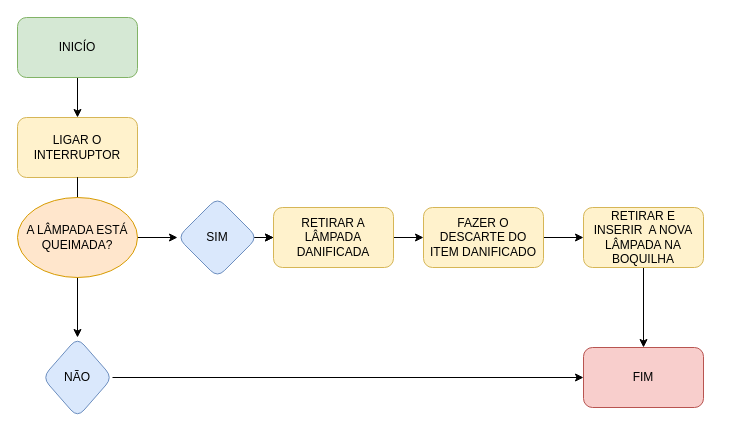
Before: Diagrama aula 01 - EBAC - Troca de Lâmpada.drawio in SheldsonSena/Iniciante, a draw.io diagram. Source tidied: cells renumbered, new cells numbered last; positions are measured from the earlier drawing's top-left corner, leaving out a move shared by most shapes. Both pictures are drawn from the tidied source at 100%, with x=0, y=0 at pixel (17, 17).
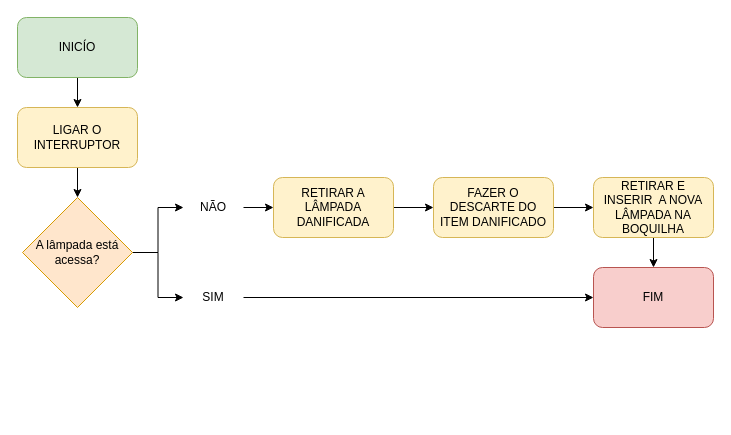
The same diagram, later.

The edit, as a diff of the source:
```diff
@@
-    <mxCell id="4" style="edgeStyle=orthogonalEdgeStyle;rounded=0;jettySize=auto;html=1;startArrow=none;" parent="1" edge="1" source="20" target="8">
-      <mxGeometry relative="1" as="geometry">
-        <Array as="points">
-          <mxPoint x="60" y="280" />
-          <mxPoint x="60" y="280" />
-        </Array>
-      </mxGeometry>
-    </mxCell>
+    <mxCell id="21" style="edgeStyle=orthogonalEdgeStyle;rounded=0;jettySize=auto;html=1;" parent="1" edge="1" source="5" target="24">
+      <mxGeometry relative="1" as="geometry" />
+    </mxCell>
     <mxCell id="5" value="LIGAR O INTERRUPTOR" style="whiteSpace=wrap;html=1;rounded=1;fillColor=#fff2cc;strokeColor=#d6b656;" parent="1" vertex="1">
-      <mxGeometry y="100" width="120" height="60" as="geometry" />
+      <mxGeometry y="90" width="120" height="60" as="geometry" />
     </mxCell>
-    <mxCell id="6" style="edgeStyle=orthogonalEdgeStyle;rounded=0;jettySize=auto;html=1;" parent="1" edge="1" source="8" target="12">
-      <mxGeometry relative="1" as="geometry" />
-    </mxCell>
-    <mxCell id="7" style="edgeStyle=orthogonalEdgeStyle;rounded=0;jettySize=auto;html=1;" parent="1" edge="1" source="8" target="12">
-      <mxGeometry relative="1" as="geometry" />
-    </mxCell>
-    <mxCell id="8" value="SIM" style="rhombus;whiteSpace=wrap;html=1;fillColor=#dae8fc;strokeColor=#6c8ebf;rounded=1;" parent="1" vertex="1">
-      <mxGeometry x="160" y="180" width="80" height="80" as="geometry" />
-    </mxCell>
-    <mxCell id="9" style="edgeStyle=orthogonalEdgeStyle;rounded=0;jettySize=auto;html=1;" parent="1" edge="1" source="10" target="13">
-      <mxGeometry relative="1" as="geometry" />
-    </mxCell>
-    <mxCell id="10" value="NÃO" style="rhombus;whiteSpace=wrap;html=1;fillColor=#dae8fc;strokeColor=#6c8ebf;rounded=1;" parent="1" vertex="1">
-      <mxGeometry x="25" y="320" width="70" height="80" as="geometry" />
-    </mxCell>
@@
     <mxCell id="12" value="RETIRAR A LÂMPADA DANIFICADA" style="whiteSpace=wrap;html=1;fillColor=#fff2cc;strokeColor=#d6b656;rounded=1;" parent="1" vertex="1">
-      <mxGeometry x="256" y="190" width="120" height="60" as="geometry" />
+      <mxGeometry x="256" y="160" width="120" height="60" as="geometry" />
     </mxCell>
     <mxCell id="13" value="FIM" style="whiteSpace=wrap;html=1;fillColor=#f8cecc;strokeColor=#b85450;rounded=1;" parent="1" vertex="1">
-      <mxGeometry x="566" y="330" width="120" height="60" as="geometry" />
+      <mxGeometry x="576" y="250" width="120" height="60" as="geometry" />
     </mxCell>
@@
     <mxCell id="15" value="FAZER O DESCARTE DO ITEM DANIFICADO" style="whiteSpace=wrap;html=1;fillColor=#fff2cc;strokeColor=#d6b656;rounded=1;" parent="1" vertex="1">
-      <mxGeometry x="406" y="190" width="120" height="60" as="geometry" />
+      <mxGeometry x="416" y="160" width="120" height="60" as="geometry" />
     </mxCell>
@@
     <mxCell id="17" value="RETIRAR E INSERIR&amp;nbsp; A NOVA LÂMPADA NA BOQUILHA" style="whiteSpace=wrap;html=1;fillColor=#fff2cc;strokeColor=#d6b656;rounded=1;" parent="1" vertex="1">
-      <mxGeometry x="566" y="190" width="120" height="60" as="geometry" />
+      <mxGeometry x="576" y="160" width="120" height="60" as="geometry" />
     </mxCell>
-    <mxCell id="18" style="edgeStyle=orthogonalEdgeStyle;rounded=0;jettySize=auto;html=1;endArrow=none;" parent="1" edge="1" source="5" target="20">
-      <mxGeometry relative="1" as="geometry" />
-    </mxCell>
-    <mxCell id="19" style="edgeStyle=orthogonalEdgeStyle;rounded=0;jettySize=auto;html=1;" parent="1" edge="1" source="20" target="10">
-      <mxGeometry relative="1" as="geometry" />
-    </mxCell>
-    <mxCell id="20" value="A LÂMPADA ESTÁ QUEIMADA?" style="ellipse;whiteSpace=wrap;html=1;fillColor=#ffe6cc;strokeColor=#d79b00;" parent="1" vertex="1">
-      <mxGeometry y="180" width="120" height="80" as="geometry" />
-    </mxCell>
+    <mxCell id="22" style="edgeStyle=orthogonalEdgeStyle;rounded=0;jettySize=auto;html=1;" parent="1" edge="1" source="24" target="8">
+      <mxGeometry relative="1" as="geometry" />
+    </mxCell>
+    <mxCell id="23" style="edgeStyle=orthogonalEdgeStyle;rounded=0;jettySize=auto;html=1;" parent="1" edge="1" source="24" target="10">
+      <mxGeometry relative="1" as="geometry" />
+    </mxCell>
+    <mxCell id="24" value="A lâmpada está acessa?" style="rhombus;whiteSpace=wrap;html=1;fillColor=#ffe6cc;strokeColor=#d79b00;" parent="1" vertex="1">
+      <mxGeometry x="5" y="180" width="110" height="110" as="geometry" />
+    </mxCell>
+    <mxCell id="25" style="edgeStyle=orthogonalEdgeStyle;rounded=0;jettySize=auto;html=1;" parent="1" edge="1" source="8" target="13">
+      <mxGeometry relative="1" as="geometry" />
+    </mxCell>
+    <mxCell id="8" value="SIM" style="text;html=1;strokeColor=none;fillColor=none;align=center;verticalAlign=middle;whiteSpace=wrap;rounded=0;" parent="1" vertex="1">
+      <mxGeometry x="166" y="265" width="60" height="30" as="geometry" />
+    </mxCell>
+    <mxCell id="26" style="edgeStyle=orthogonalEdgeStyle;rounded=0;jettySize=auto;html=1;" parent="1" edge="1" source="10" target="12">
+      <mxGeometry relative="1" as="geometry" />
+    </mxCell>
+    <mxCell id="10" value="NÃO" style="text;html=1;strokeColor=none;fillColor=none;align=center;verticalAlign=middle;whiteSpace=wrap;rounded=0;" parent="1" vertex="1">
+      <mxGeometry x="166" y="175" width="60" height="30" as="geometry" />
+    </mxCell>
```
